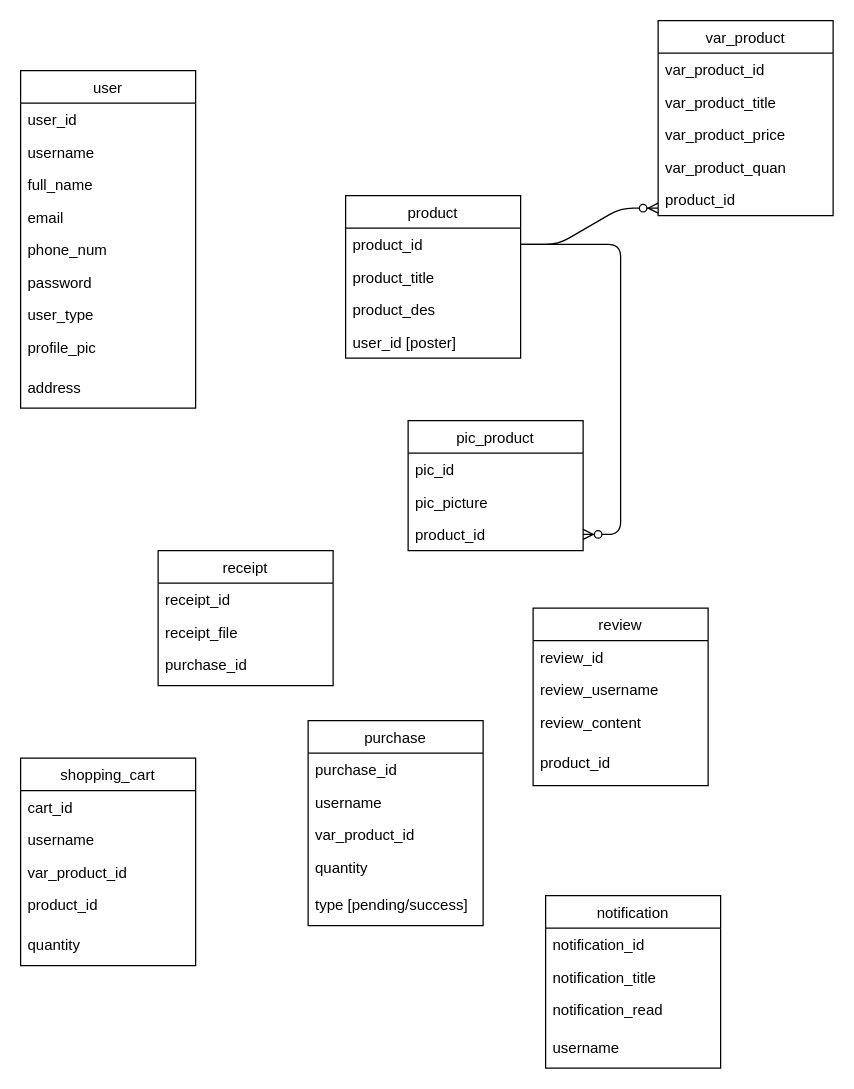
Before: Untitled Diagram.drawio in aqilanwar/iium-v, a draw.io diagram. Source tidied: cells renumbered, new cells numbered last; positions are measured from the earlier drawing's top-left corner, leaving out a move shared by most shapes. Both pictures are drawn from the tidied source at 125%, with x=0, y=0 at pixel (20, 20).
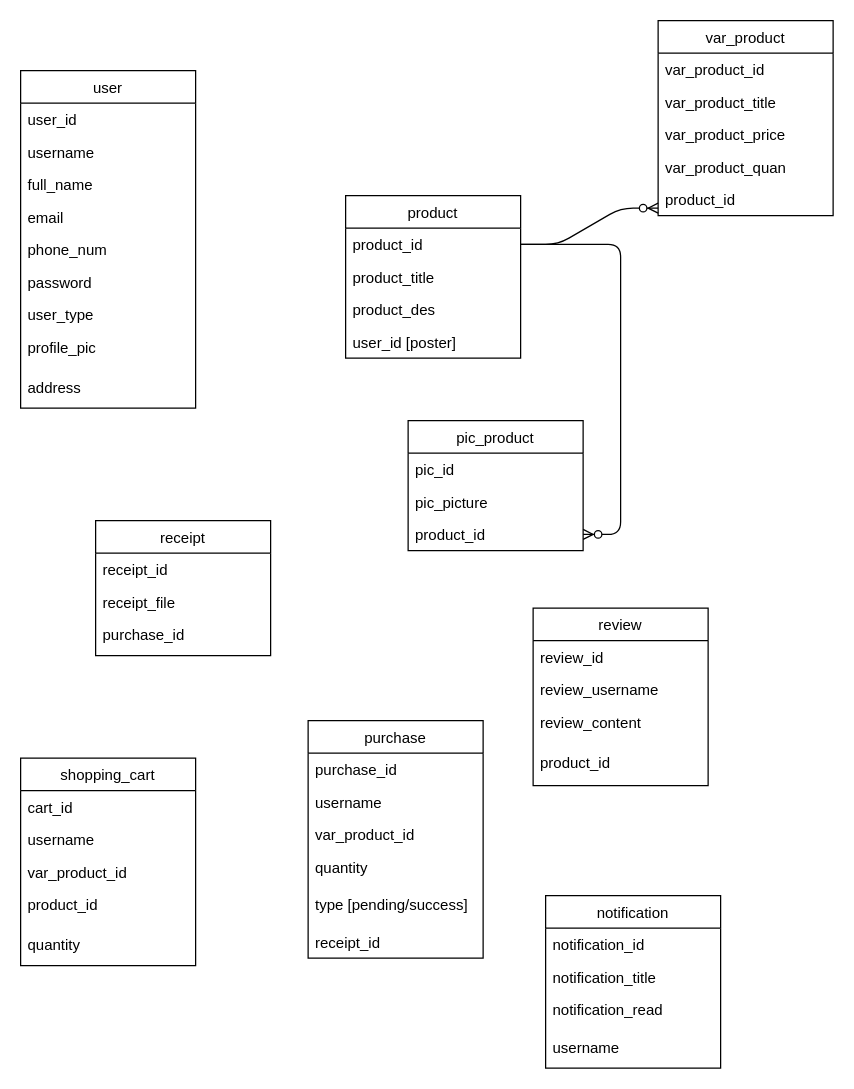
The same diagram, later.

Diff of the diagram source:
```diff
@@
     <mxCell id="40" value="purchase" style="swimlane;fontStyle=0;horizontal=1;startSize=26;fillColor=none;" parent="1" vertex="1">
-      <mxGeometry x="230" y="560" width="140" height="164" as="geometry" />
+      <mxGeometry x="230" y="560" width="140" height="190" as="geometry" />
     </mxCell>
@@
+    <mxCell id="55" value="receipt_id" style="text;strokeColor=none;fillColor=none;align=left;verticalAlign=top;spacingLeft=4;spacingRight=4;overflow=hidden;" parent="40" vertex="1">
+      <mxGeometry y="164" width="140" height="26" as="geometry" />
+    </mxCell>
@@
     <mxCell id="51" value="receipt" style="swimlane;fontStyle=0;horizontal=1;startSize=26;fillColor=none;" parent="1" vertex="1">
-      <mxGeometry x="110" y="424" width="140" height="108" as="geometry" />
+      <mxGeometry x="60" y="400" width="140" height="108" as="geometry" />
     </mxCell>
```
